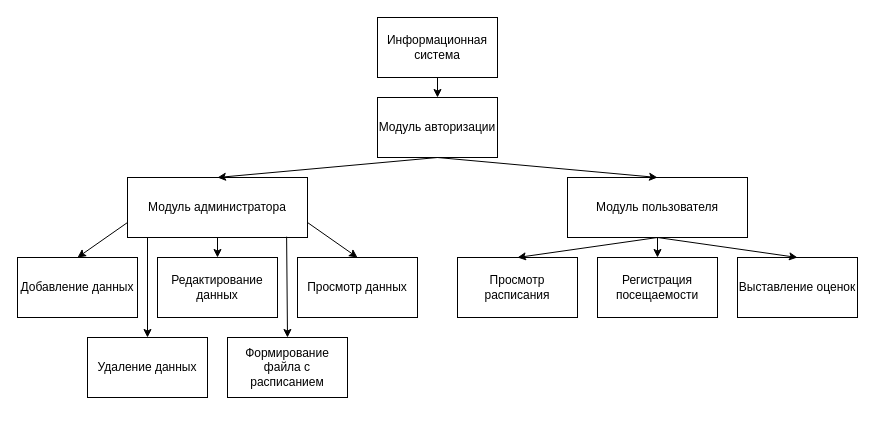
This is static/Untitled Diagram.drawio from EvgenyMasanin/excel-parser-server, a draw.io file, before an edit. Source tidied: cells renumbered, new cells numbered last; positions are measured from the earlier drawing's top-left corner, leaving out a move shared by most shapes. Both pictures are drawn from the tidied source at 100%, with x=0, y=0 at pixel (17, 17).
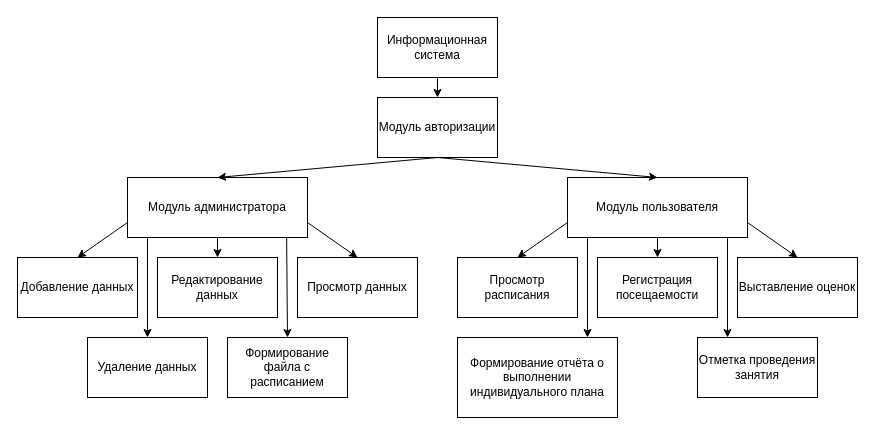
The same page after the edit.

The change refers to these unchanged cells:
```xml
<mxCell id="4" value="Модуль администратора" style="rounded=0;whiteSpace=wrap;html=1;" parent="1" vertex="1">
  <mxGeometry x="110" y="160" width="180" height="60" as="geometry" />
</mxCell>
<mxCell id="6" value="Модуль пользователя" style="rounded=0;whiteSpace=wrap;html=1;" parent="1" vertex="1">
  <mxGeometry x="550" y="160" width="180" height="60" as="geometry" />
</mxCell>
<mxCell id="11" value="Формирование файла с расписанием" style="rounded=0;whiteSpace=wrap;html=1;" parent="1" vertex="1">
  <mxGeometry x="210" y="320" width="120" height="60" as="geometry" />
</mxCell>
<mxCell id="12" value="Просмотр расписания" style="rounded=0;whiteSpace=wrap;html=1;" parent="1" vertex="1">
  <mxGeometry x="440" y="240" width="120" height="60" as="geometry" />
</mxCell>
<mxCell id="14" value="Выставление оценок" style="rounded=0;whiteSpace=wrap;html=1;" parent="1" vertex="1">
  <mxGeometry x="720" y="240" width="120" height="60" as="geometry" />
</mxCell>
```

The edit, as a diff of the source:
```diff
@@
+    <mxCell id="21" style="endArrow=classic;html=1;rounded=0;entryX=0.5;entryY=0;entryDx=0;entryDy=0;exitX=0.884;exitY=0.987;exitDx=0;exitDy=0;exitPerimeter=0;" parent="1" edge="1" source="4" target="11">
+      <mxGeometry relative="1" as="geometry" />
+    </mxCell>
@@
-    <mxCell id="21" style="endArrow=classic;html=1;rounded=0;entryX=0.5;entryY=0;entryDx=0;entryDy=0;exitX=0.884;exitY=0.987;exitDx=0;exitDy=0;exitPerimeter=0;" parent="1" edge="1" source="4" target="11">
-      <mxGeometry relative="1" as="geometry" />
-    </mxCell>
@@
+    <mxCell id="25" value="Формирование отчёта о выполнении индивидуального плана" style="rounded=0;whiteSpace=wrap;html=1;" parent="1" vertex="1">
+      <mxGeometry x="440" y="320" width="160" height="80" as="geometry" />
+    </mxCell>
+    <mxCell id="26" value="Отметка проведения занятия" style="rounded=0;whiteSpace=wrap;html=1;" parent="1" vertex="1">
+      <mxGeometry x="680" y="320" width="120" height="60" as="geometry" />
+    </mxCell>
+    <mxCell id="27" style="endArrow=classic;html=1;rounded=0;entryX=0.75;entryY=0;entryDx=0;entryDy=0;" parent="1" edge="1">
+      <mxGeometry relative="1" as="geometry">
+        <mxPoint x="710" y="220" as="sourcePoint" />
+        <mxPoint x="710" y="320" as="targetPoint" />
+      </mxGeometry>
+    </mxCell>
+    <mxCell id="28" style="endArrow=classic;html=1;rounded=0;entryX=0.75;entryY=0;entryDx=0;entryDy=0;" parent="1" edge="1">
+      <mxGeometry relative="1" as="geometry">
+        <mxPoint x="570" y="220" as="sourcePoint" />
+        <mxPoint x="570" y="320" as="targetPoint" />
+      </mxGeometry>
+    </mxCell>
-    <mxCell id="23" style="endArrow=classic;html=1;rounded=0;exitX=0.5;exitY=1;exitDx=0;exitDy=0;entryX=0.5;entryY=0;entryDx=0;entryDy=0;" parent="1" edge="1" source="6" target="14">
+    <mxCell id="23" style="endArrow=classic;html=1;rounded=0;exitX=1;exitY=0.75;exitDx=0;exitDy=0;entryX=0.5;entryY=0;entryDx=0;entryDy=0;" parent="1" edge="1" source="6" target="14">
       <mxGeometry relative="1" as="geometry" />
     </mxCell>
-    <mxCell id="24" style="endArrow=classic;html=1;rounded=0;exitX=0.5;exitY=1;exitDx=0;exitDy=0;" parent="1" edge="1" source="6">
-      <mxGeometry relative="1" as="geometry">
-        <mxPoint x="500" y="240" as="targetPoint" />
-      </mxGeometry>
-    </mxCell>
+    <mxCell id="29" style="endArrow=classic;html=1;rounded=0;exitX=0;exitY=0.75;exitDx=0;exitDy=0;entryX=0.5;entryY=0;entryDx=0;entryDy=0;" parent="1" edge="1" source="6" target="12">
+      <mxGeometry relative="1" as="geometry" />
+    </mxCell>
```
